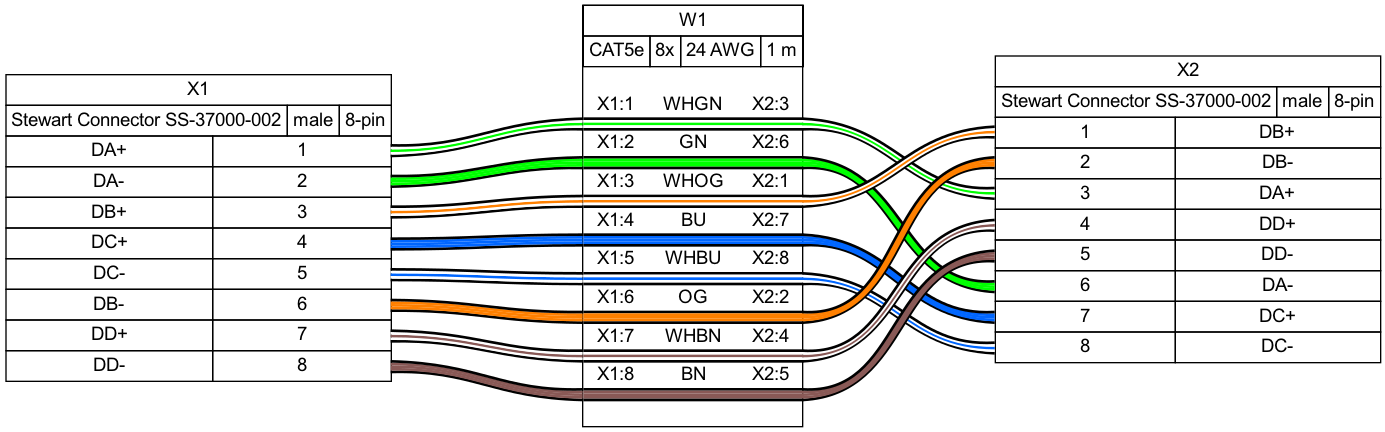
This is examples/ex10.png from wireviz/WireViz, a Graphviz export, as it was before one commit. Its source is kept beside it as examples/ex10.gv.
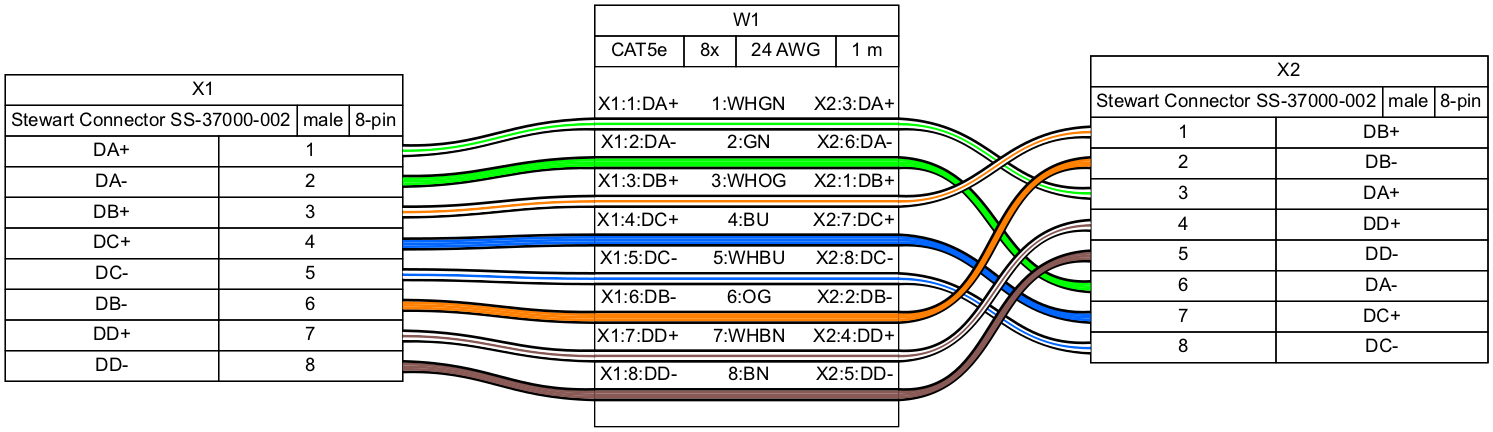
The same diagram one commit later.

The edit, as a diff of the source:
```diff
@@ -1,6 +1,6 @@
 graph {
-	graph [bgcolor=white fontname=arial nodesep=0.33 rankdir=LR ranksep=2]
-	node [fillcolor=white fontname=arial shape=record style=filled]
+	graph [bgcolor="#FFFFFF" fontname=arial nodesep=0.33 rankdir=LR ranksep=2]
+	node [fillcolor="#FFFFFF" fontname=arial height=0 margin=0 shape=none style=filled width=0]
 	edge [fontname=arial style=bold]
 	X1 [label=<
 <table border="0" cellspacing="0" cellpadding="0">
@@ -53,7 +53,7 @@
   </table>
  </td></tr>
 </table>
-> fillcolor=white margin=0 shape=none style=filled]
+> fillcolor="#FFFFFF" shape=box style=filled]
 	X2 [label=<
 <table border="0" cellspacing="0" cellpadding="0">
  <tr><td>
@@ -105,7 +105,7 @@
   </table>
  </td></tr>
 </table>
-> fillcolor=white margin=0 shape=none style=filled]
+> fillcolor="#FFFFFF" shape=box style=filled]
 	edge [color="#000000:#ffffff:#00ff00:#ffffff:#000000"]
 	X1:p1r:e -- W1:w1:w
 	W1:w1:e -- X2:p3l:w
@@ -149,9 +149,11 @@
   <table border="0" cellspacing="0" cellborder="0">
    <tr><td>&nbsp;</td></tr>
    <tr>
-    <td>X1:1</td>
-    <td>WHGN</td>
-    <td>X2:3</td>
+    <td>X1:1:DA+</td>
+    <td>
+     1:WHGN
+    </td>
+    <td>X2:3:DA+</td>
    </tr>
    <tr>
     <td colspan="3" border="0" cellspacing="0" cellpadding="0" port="w1" height="10">
@@ -165,9 +167,11 @@
     </td>
    </tr>
    <tr>
-    <td>X1:2</td>
-    <td>GN</td>
-    <td>X2:6</td>
+    <td>X1:2:DA-</td>
+    <td>
+     2:GN
+    </td>
+    <td>X2:6:DA-</td>
    </tr>
    <tr>
     <td colspan="3" border="0" cellspacing="0" cellpadding="0" port="w2" height="10">
@@ -181,9 +185,11 @@
     </td>
    </tr>
    <tr>
-    <td>X1:3</td>
-    <td>WHOG</td>
-    <td>X2:1</td>
+    <td>X1:3:DB+</td>
+    <td>
+     3:WHOG
+    </td>
+    <td>X2:1:DB+</td>
    </tr>
    <tr>
     <td colspan="3" border="0" cellspacing="0" cellpadding="0" port="w3" height="10">
@@ -197,9 +203,11 @@
     </td>
    </tr>
    <tr>
-    <td>X1:4</td>
-    <td>BU</td>
-    <td>X2:7</td>
+    <td>X1:4:DC+</td>
+    <td>
+     4:BU
+    </td>
+    <td>X2:7:DC+</td>
    </tr>
    <tr>
     <td colspan="3" border="0" cellspacing="0" cellpadding="0" port="w4" height="10">
@@ -213,9 +221,11 @@
     </td>
    </tr>
    <tr>
-    <td>X1:5</td>
-    <td>WHBU</td>
-    <td>X2:8</td>
+    <td>X1:5:DC-</td>
+    <td>
+     5:WHBU
+    </td>
+    <td>X2:8:DC-</td>
    </tr>
    <tr>
     <td colspan="3" border="0" cellspacing="0" cellpadding="0" port="w5" height="10">
@@ -229,9 +239,11 @@
     </td>
    </tr>
    <tr>
-    <td>X1:6</td>
-    <td>OG</td>
-    <td>X2:2</td>
+    <td>X1:6:DB-</td>
+    <td>
+     6:OG
+    </td>
+    <td>X2:2:DB-</td>
    </tr>
    <tr>
     <td colspan="3" border="0" cellspacing="0" cellpadding="0" port="w6" height="10">
@@ -245,9 +257,11 @@
     </td>
    </tr>
    <tr>
-    <td>X1:7</td>
-    <td>WHBN</td>
-    <td>X2:4</td>
+    <td>X1:7:DD+</td>
+    <td>
+     7:WHBN
+    </td>
+    <td>X2:4:DD+</td>
    </tr>
    <tr>
     <td colspan="3" border="0" cellspacing="0" cellpadding="0" port="w7" height="10">
@@ -261,9 +275,11 @@
     </td>
    </tr>
    <tr>
-    <td>X1:8</td>
-    <td>BN</td>
-    <td>X2:5</td>
+    <td>X1:8:DD-</td>
+    <td>
+     8:BN
+    </td>
+    <td>X2:5:DD-</td>
    </tr>
    <tr>
     <td colspan="3" border="0" cellspacing="0" cellpadding="0" port="w8" height="10">
@@ -280,5 +296,5 @@
   </table>
  </td></tr>
 </table>
-> fillcolor=white margin=0 shape=box style=""]
+> fillcolor="#FFFFFF" shape=box style=filled]
 }
```
